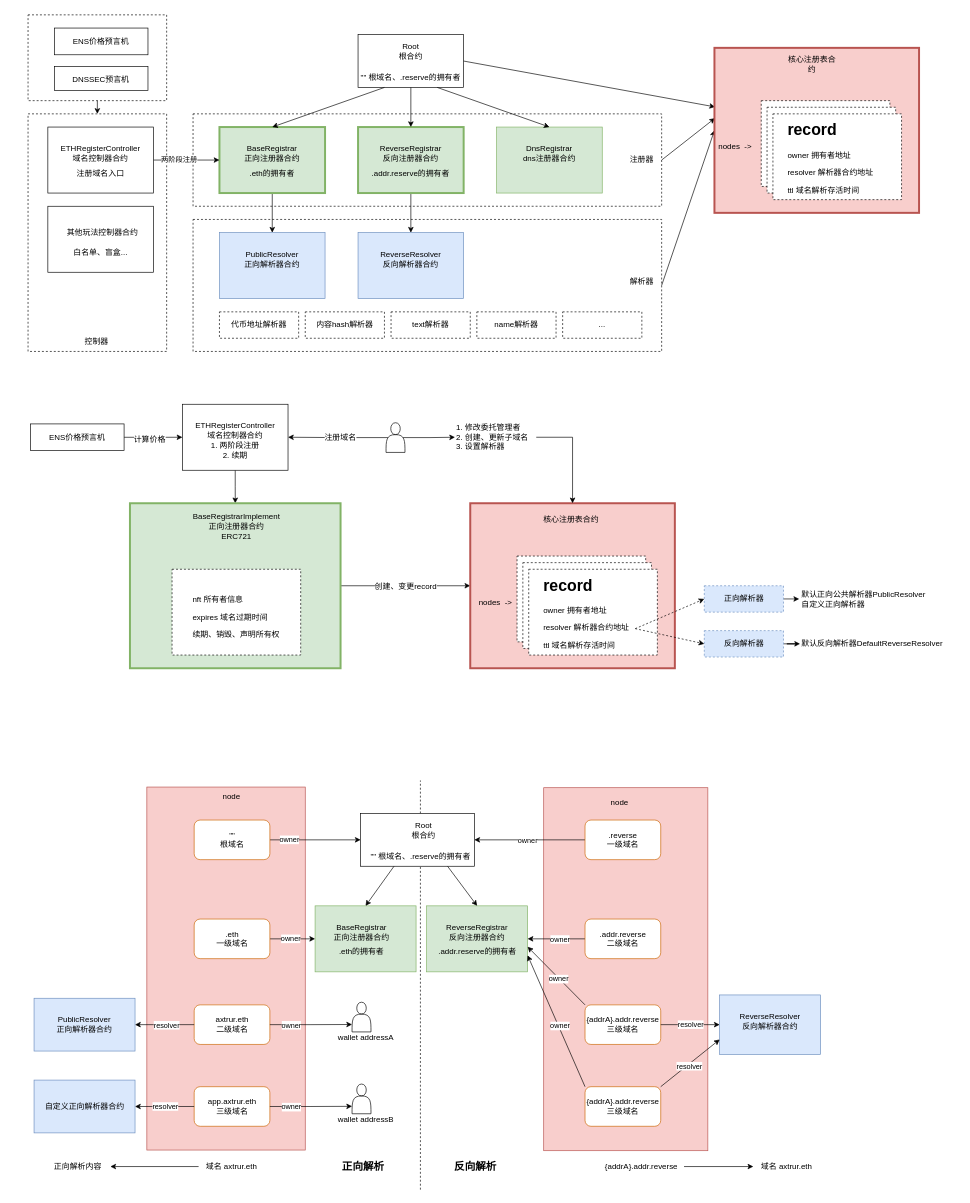
Above: web3-analysis-ens.drawio in axtrur/resource (draw.io), before the change. Source tidied: cells renumbered, new cells numbered last; positions are measured from the earlier drawing's top-left corner, leaving out a move shared by most shapes. Both pictures are drawn from the tidied source at 66%, with x=0, y=0 at pixel (28, 15).
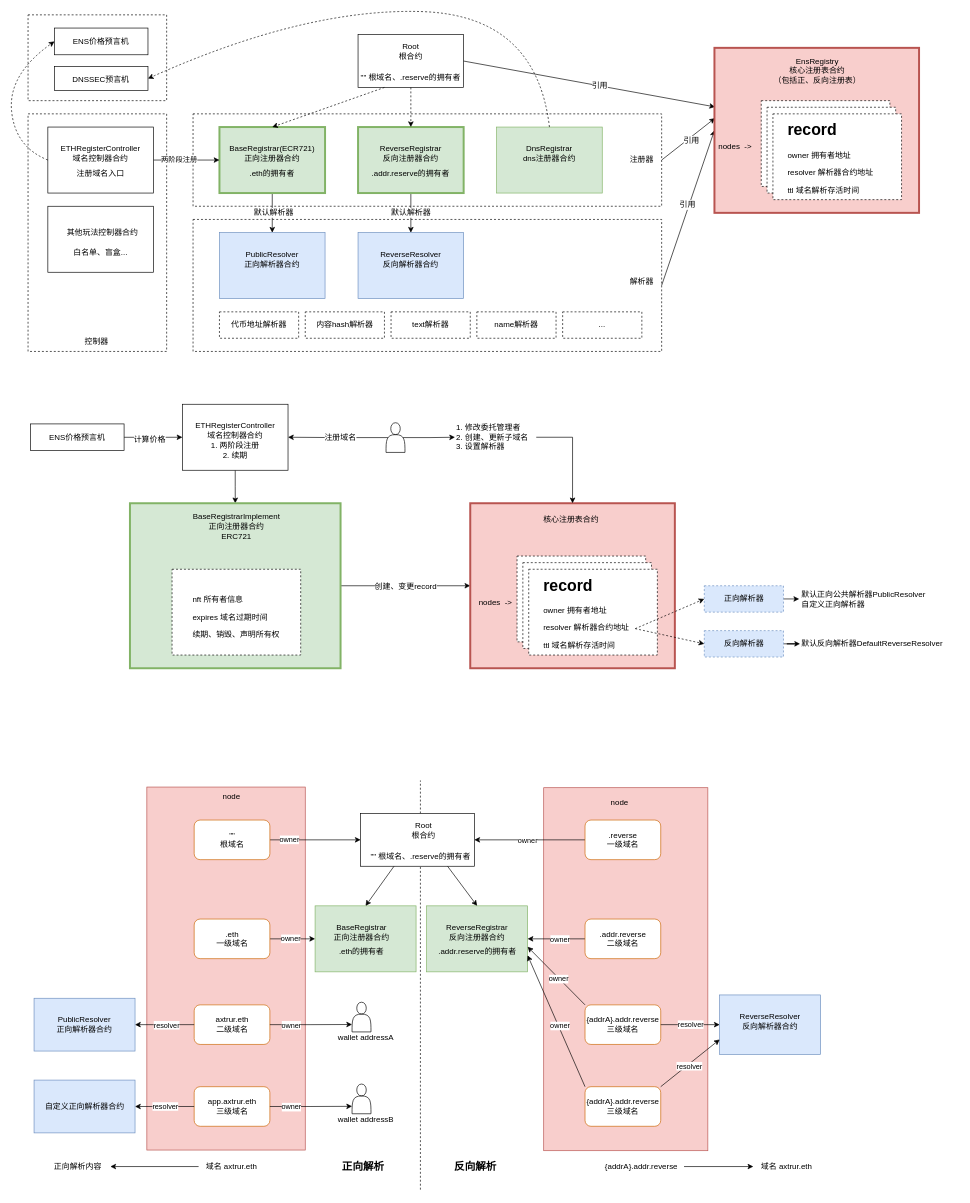
The same page after the edit.

The change refers to these unchanged cells:
```xml
<mxCell id="5" style="rounded=0;whiteSpace=wrap;html=1;dashed=1;" parent="1" vertex="1">
  <mxGeometry y="150" width="210" height="360" as="geometry" />
</mxCell>
<mxCell id="11" style="edgeStyle=orthogonalEdgeStyle;rounded=0;jettySize=auto;html=1;exitX=0.5;exitY=1;exitDx=0;exitDy=0;entryX=0.5;entryY=0;entryDx=0;entryDy=0;" parent="1" edge="1" source="12" target="23">
  <mxGeometry relative="1" as="geometry" />
</mxCell>
<mxCell id="12" style="rounded=0;whiteSpace=wrap;html=1;strokeWidth=3;fillColor=#d5e8d4;strokeColor=#82b366;" parent="1" vertex="1">
  <mxGeometry x="290" y="170" width="160" height="100" as="geometry" />
</mxCell>
<mxCell id="15" style="edgeStyle=orthogonalEdgeStyle;rounded=0;jettySize=auto;html=1;exitX=0.5;exitY=1;exitDx=0;exitDy=0;" parent="1" edge="1" source="16" target="25">
  <mxGeometry relative="1" as="geometry" />
</mxCell>
<mxCell id="16" style="rounded=0;whiteSpace=wrap;html=1;strokeWidth=3;fillColor=#d5e8d4;strokeColor=#82b366;" parent="1" vertex="1">
  <mxGeometry x="500" y="170" width="160" height="100" as="geometry" />
</mxCell>
<mxCell id="20" value="&quot;&quot; 根域名、.reserve的拥有者" style="text;html=1;strokeColor=none;fillColor=none;align=center;verticalAlign=middle;whiteSpace=wrap;rounded=0;" parent="1" vertex="1">
  <mxGeometry x="500" y="80" width="160" height="30" as="geometry" />
</mxCell>
<mxCell id="21" style="rounded=0;whiteSpace=wrap;html=1;fillColor=#d5e8d4;strokeColor=#82b366;" parent="1" vertex="1">
  <mxGeometry x="710" y="170" width="160" height="100" as="geometry" />
</mxCell>
<mxCell id="33" style="rounded=0;whiteSpace=wrap;html=1;" parent="1" vertex="1">
  <mxGeometry x="30" y="170" width="160" height="100" as="geometry" />
</mxCell>
<mxCell id="41" style="endArrow=classic;html=1;rounded=0;exitX=1;exitY=0.5;exitDx=0;exitDy=0;entryX=0.003;entryY=0.426;entryDx=0;entryDy=0;entryPerimeter=0;" parent="1" edge="1" source="7" target="44">
  <mxGeometry relative="1" as="geometry" />
</mxCell>
<mxCell id="42" style="endArrow=classic;html=1;rounded=0;exitX=1;exitY=0.5;exitDx=0;exitDy=0;entryX=0;entryY=0.5;entryDx=0;entryDy=0;" parent="1" edge="1" source="6" target="44">
  <mxGeometry relative="1" as="geometry" />
</mxCell>
<mxCell id="43" style="endArrow=classic;html=1;rounded=0;exitX=1;exitY=0.5;exitDx=0;exitDy=0;entryX=0.003;entryY=0.358;entryDx=0;entryDy=0;entryPerimeter=0;" parent="1" edge="1" source="9" target="44">
  <mxGeometry relative="1" as="geometry" />
</mxCell>
<mxCell id="51" style="rounded=0;whiteSpace=wrap;html=1;dashed=1;" parent="1" vertex="1">
  <mxGeometry width="210" height="130" as="geometry" />
</mxCell>
<mxCell id="52" style="rounded=0;whiteSpace=wrap;html=1;" parent="1" vertex="1">
  <mxGeometry x="40" y="20" width="141.7" height="40.5" as="geometry" />
</mxCell>
<mxCell id="54" style="rounded=0;whiteSpace=wrap;html=1;" parent="1" vertex="1">
  <mxGeometry x="40" y="78.5" width="141.7" height="36" as="geometry" />
</mxCell>
```

The edit, as a diff of the source:
```diff
@@
+    <mxCell id="154" value="默认解析器" style="edgeLabel;html=1;align=center;verticalAlign=middle;fontSize=12;" parent="11" vertex="1">
+      <mxGeometry x="-0.1" y="1" relative="1" as="geometry">
+        <mxPoint y="2" as="offset" />
+      </mxGeometry>
+    </mxCell>
@@
-    <mxCell id="13" value="BaseRegistrar&lt;br&gt;正向注册器合约" style="text;html=1;strokeColor=none;fillColor=none;align=center;verticalAlign=middle;whiteSpace=wrap;rounded=0;" parent="1" vertex="1">
+    <mxCell id="13" value="BaseRegistrar(ECR721)&lt;br&gt;正向注册器合约" style="text;html=1;strokeColor=none;fillColor=none;align=center;verticalAlign=middle;whiteSpace=wrap;rounded=0;" parent="1" vertex="1">
       <mxGeometry x="316.2" y="195" width="107.5" height="30" as="geometry" />
     </mxCell>
@@
+    <mxCell id="155" value="默认解析器" style="edgeLabel;html=1;align=center;verticalAlign=middle;fontSize=12;" parent="15" vertex="1">
+      <mxGeometry x="-0.18" y="-1" relative="1" as="geometry">
+        <mxPoint y="4" as="offset" />
+      </mxGeometry>
+    </mxCell>
@@
-    <mxCell id="19" style="edgeStyle=orthogonalEdgeStyle;rounded=0;jettySize=auto;html=1;exitX=0.5;exitY=1;exitDx=0;exitDy=0;" parent="1" edge="1" source="20" target="16">
+    <mxCell id="19" style="edgeStyle=orthogonalEdgeStyle;rounded=0;jettySize=auto;html=1;exitX=0.5;exitY=1;exitDx=0;exitDy=0;dashed=1;" parent="1" edge="1" source="20" target="16">
       <mxGeometry relative="1" as="geometry" />
     </mxCell>
@@
-    <mxCell id="39" style="endArrow=classic;html=1;rounded=0;exitX=0.25;exitY=1;exitDx=0;exitDy=0;entryX=0.5;entryY=0;entryDx=0;entryDy=0;" parent="1" edge="1" source="20" target="12">
+    <mxCell id="39" style="endArrow=classic;html=1;rounded=0;exitX=0.25;exitY=1;exitDx=0;exitDy=0;entryX=0.5;entryY=0;entryDx=0;entryDy=0;dashed=1;" parent="1" edge="1" source="20" target="12">
       <mxGeometry relative="1" as="geometry" />
     </mxCell>
-    <mxCell id="40" style="endArrow=classic;html=1;rounded=0;exitX=0.75;exitY=1;exitDx=0;exitDy=0;entryX=0.5;entryY=0;entryDx=0;entryDy=0;" parent="1" edge="1" source="20" target="21">
-      <mxGeometry relative="1" as="geometry" />
-    </mxCell>
@@
+    <mxCell id="156" value="引用" style="edgeLabel;html=1;align=center;verticalAlign=middle;fontSize=12;" parent="41" vertex="1">
+      <mxGeometry x="0.03" y="-4" relative="1" as="geometry" />
+    </mxCell>
@@
+    <mxCell id="157" value="引用" style="edgeLabel;html=1;align=center;verticalAlign=middle;fontSize=12;" parent="42" vertex="1">
+      <mxGeometry x="0.03" y="3" relative="1" as="geometry" />
+    </mxCell>
@@
+    <mxCell id="158" value="引用" style="edgeLabel;html=1;align=center;verticalAlign=middle;fontSize=12;" parent="43" vertex="1">
+      <mxGeometry x="0.08" y="1" relative="1" as="geometry" />
+    </mxCell>
@@
-    <mxCell id="49" value="核心注册表合约" style="text;html=1;strokeColor=none;fillColor=none;align=center;verticalAlign=middle;whiteSpace=wrap;rounded=0;" parent="1" vertex="1">
-      <mxGeometry x="1146.3" y="60" width="84.1" height="30" as="geometry" />
+    <mxCell id="49" value="EnsRegistry&lt;br&gt;核心注册表合约&lt;br&gt;（包括正、反向注册表）" style="text;html=1;strokeColor=none;fillColor=none;align=center;verticalAlign=middle;whiteSpace=wrap;rounded=0;" parent="1" vertex="1">
+      <mxGeometry x="1128.6" y="70" width="133.7" height="30" as="geometry" />
     </mxCell>
-    <mxCell id="50" style="edgeStyle=orthogonalEdgeStyle;rounded=0;jettySize=auto;html=1;exitX=0.5;exitY=1;exitDx=0;exitDy=0;entryX=0.5;entryY=0;entryDx=0;entryDy=0;" parent="1" edge="1" source="51" target="5">
-      <mxGeometry relative="1" as="geometry" />
-    </mxCell>
@@
+    <mxCell id="159" style="curved=1;endArrow=classic;html=1;rounded=0;dashed=1;fontSize=12;exitX=0.5;exitY=0;exitDx=0;exitDy=0;entryX=1;entryY=0.5;entryDx=0;entryDy=0;" parent="1" edge="1" source="21" target="54">
+      <mxGeometry relative="1" as="geometry">
+        <Array as="points">
+          <mxPoint x="770" />
+          <mxPoint x="420" y="-10" />
+        </Array>
+      </mxGeometry>
+    </mxCell>
+    <mxCell id="160" style="curved=1;endArrow=classic;html=1;rounded=0;dashed=1;fontSize=12;entryX=0;entryY=0.5;entryDx=0;entryDy=0;exitX=0;exitY=0.5;exitDx=0;exitDy=0;" parent="1" edge="1" source="33" target="52">
+      <mxGeometry relative="1" as="geometry">
+        <Array as="points">
+          <mxPoint x="-20" y="200" />
+          <mxPoint x="-30" y="90" />
+        </Array>
+      </mxGeometry>
+    </mxCell>
```
